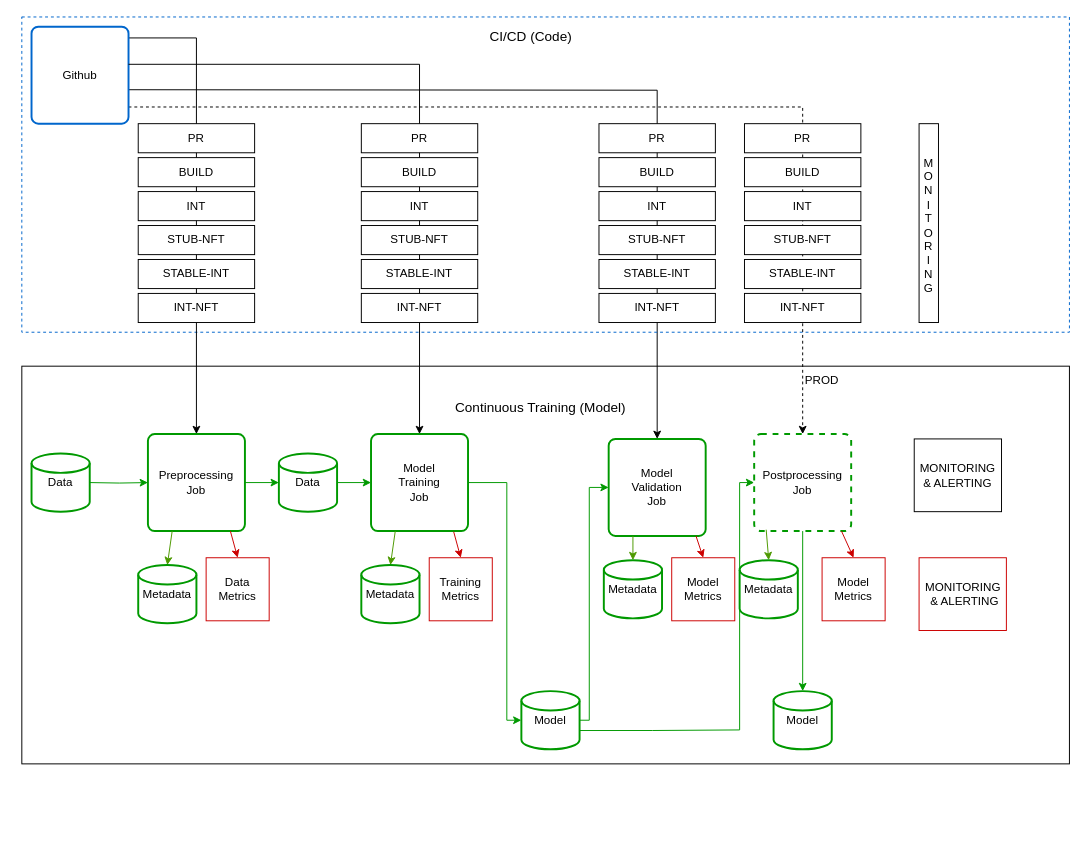
The draw.io diagram mlops-concepts-cdct.drawio in adriangay/my-drawio-diagrams, before the edit. Source tidied: cells renumbered, new cells numbered last; positions are measured from the earlier drawing's top-left corner, leaving out a move shared by most shapes. Both pictures are drawn from the tidied source at 97%, with x=0, y=0 at pixel (21, 16).
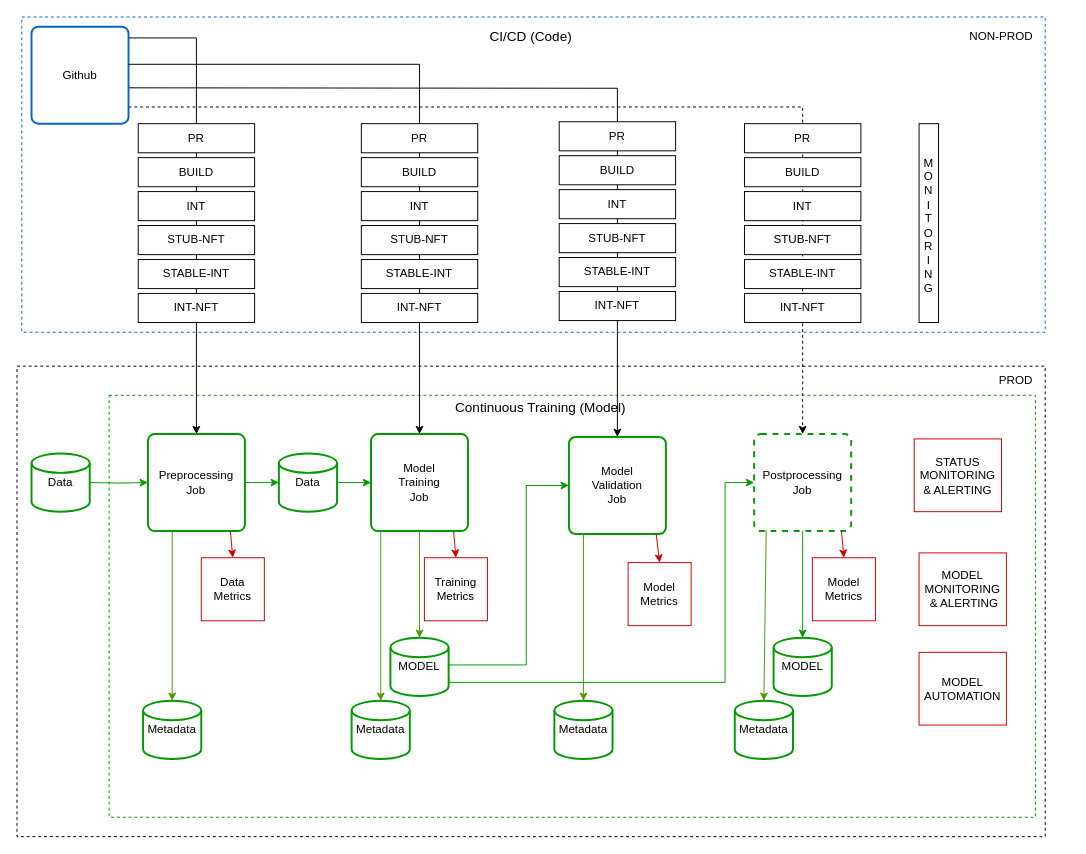
Above is the later version.

The change refers to these unchanged cells:
```xml
<mxCell id="9" value="Github" style="rounded=1;whiteSpace=wrap;html=1;absoluteArcSize=1;arcSize=14;strokeWidth=2;strokeColor=#0066CC;" parent="1" vertex="1">
  <mxGeometry x="10" y="10" width="100" height="100" as="geometry" />
</mxCell>
<mxCell id="15" value="Model&lt;br&gt;Training&lt;br&gt;Job" style="rounded=1;whiteSpace=wrap;html=1;absoluteArcSize=1;arcSize=14;strokeWidth=2;strokeColor=#009900;" parent="1" vertex="1">
  <mxGeometry x="360" y="430" width="100" height="100" as="geometry" />
</mxCell>
<mxCell id="18" value="Postprocessing&lt;br&gt;Job" style="rounded=1;whiteSpace=wrap;html=1;absoluteArcSize=1;arcSize=14;strokeWidth=2;dashed=1;strokeColor=#009900;" parent="1" vertex="1">
  <mxGeometry x="755" y="430" width="100" height="100" as="geometry" />
</mxCell>
```

What changed in the source:
```diff
@@
-    <mxCell id="2" style="rounded=0;whiteSpace=wrap;html=1;fillColor=none;" parent="1" vertex="1">
-      <mxGeometry y="360" width="1080" height="410" as="geometry" />
+    <mxCell id="2" style="rounded=0;whiteSpace=wrap;html=1;fillColor=none;dashed=1;" parent="1" vertex="1">
+      <mxGeometry x="-5" y="360" width="1060" height="485" as="geometry" />
     </mxCell>
+    <mxCell id="72" style="rounded=0;whiteSpace=wrap;html=1;fillColor=none;dashed=1;strokeColor=#009900;" parent="1" vertex="1">
+      <mxGeometry x="90" y="390" width="955" height="435" as="geometry" />
+    </mxCell>
-    <mxCell id="3" style="rounded=0;whiteSpace=wrap;html=1;strokeColor=#CC0000;" parent="1" vertex="1">
-      <mxGeometry x="925" y="557.5" width="90" height="75" as="geometry" />
+    <mxCell id="3" value="&lt;span style=&quot;white-space: normal&quot;&gt;MODEL&lt;/span&gt;&lt;br style=&quot;white-space: normal&quot;&gt;&lt;span style=&quot;white-space: normal&quot;&gt;MONITORING&lt;/span&gt;&lt;br style=&quot;white-space: normal&quot;&gt;&lt;span style=&quot;white-space: normal&quot;&gt;&amp;nbsp;&amp;amp; ALERTING&lt;/span&gt;" style="rounded=0;whiteSpace=wrap;html=1;strokeColor=#CC0000;" parent="1" vertex="1">
+      <mxGeometry x="925" y="552.5" width="90" height="75" as="geometry" />
     </mxCell>
@@
     <mxCell id="5" style="edgeStyle=orthogonalEdgeStyle;rounded=0;jettySize=auto;html=1;exitX=1;exitY=0.388;exitDx=0;exitDy=0;exitPerimeter=0;" parent="1" edge="1" target="16">
       <mxGeometry relative="1" as="geometry">
-        <mxPoint x="110" y="75" as="sourcePoint" />
+        <mxPoint x="69" y="73" as="sourcePoint" />
       </mxGeometry>
     </mxCell>
     <mxCell id="6" style="rounded=0;whiteSpace=wrap;html=1;strokeColor=#0066CC;fillColor=none;dashed=1;" parent="1" vertex="1">
-      <mxGeometry width="1080" height="325" as="geometry" />
+      <mxGeometry width="1055" height="325" as="geometry" />
     </mxCell>
@@
+    <mxCell id="14" style="edgeStyle=orthogonalEdgeStyle;rounded=0;jettySize=auto;html=1;entryX=0.5;entryY=0;entryDx=0;entryDy=0;exitX=1;exitY=0.388;exitDx=0;exitDy=0;exitPerimeter=0;" parent="1" edge="1" source="9" target="15">
+      <mxGeometry relative="1" as="geometry" />
+    </mxCell>
-    <mxCell id="13" style="edgeStyle=orthogonalEdgeStyle;rounded=0;jettySize=auto;html=1;exitX=1;exitY=0.5;exitDx=0;exitDy=0;strokeColor=#009900;entryX=0;entryY=0.5;entryDx=0;entryDy=0;entryPerimeter=0;" parent="1" edge="1" source="15" target="50">
-      <mxGeometry relative="1" as="geometry">
-        <Array as="points">
-          <mxPoint x="500" y="480" />
-          <mxPoint x="500" y="725" />
-        </Array>
-      </mxGeometry>
+    <mxCell id="13" style="edgeStyle=orthogonalEdgeStyle;rounded=0;jettySize=auto;html=1;exitX=0.5;exitY=1;exitDx=0;exitDy=0;entryX=0.5;entryY=0;entryDx=0;entryDy=0;entryPerimeter=0;startArrow=none;startFill=0;endArrow=classic;endFill=1;strokeColor=#4D9900;" parent="1" edge="1" source="15" target="50">
+      <mxGeometry relative="1" as="geometry" />
     </mxCell>
-    <mxCell id="14" style="edgeStyle=orthogonalEdgeStyle;rounded=0;jettySize=auto;html=1;entryX=0.5;entryY=0;entryDx=0;entryDy=0;exitX=1;exitY=0.388;exitDx=0;exitDy=0;exitPerimeter=0;" parent="1" edge="1" source="9" target="15">
-      <mxGeometry relative="1" as="geometry" />
-    </mxCell>
@@
     <mxCell id="16" value="Model&lt;br&gt;Validation&lt;br&gt;Job" style="rounded=1;whiteSpace=wrap;html=1;absoluteArcSize=1;arcSize=14;strokeWidth=2;strokeColor=#009900;" parent="1" vertex="1">
-      <mxGeometry x="605" y="435" width="100" height="100" as="geometry" />
+      <mxGeometry x="564" y="433" width="100" height="100" as="geometry" />
     </mxCell>
@@
     <mxCell id="27" value="PROD" style="text;html=1;strokeColor=none;fillColor=none;align=center;verticalAlign=middle;whiteSpace=wrap;rounded=0;" parent="1" vertex="1">
-      <mxGeometry x="805" y="365" width="40" height="20" as="geometry" />
+      <mxGeometry x="1005" y="365" width="40" height="20" as="geometry" />
     </mxCell>
@@
     <mxCell id="35" value="INT" style="rounded=0;whiteSpace=wrap;html=1;" parent="1" vertex="1">
-      <mxGeometry x="595" y="180" width="120" height="30" as="geometry" />
+      <mxGeometry x="554" y="178" width="120" height="30" as="geometry" />
     </mxCell>
     <mxCell id="36" value="PR" style="rounded=0;whiteSpace=wrap;html=1;" parent="1" vertex="1">
-      <mxGeometry x="595" y="110" width="120" height="30" as="geometry" />
+      <mxGeometry x="554" y="108" width="120" height="30" as="geometry" />
     </mxCell>
     <mxCell id="37" value="BUILD" style="rounded=0;whiteSpace=wrap;html=1;" parent="1" vertex="1">
-      <mxGeometry x="595" y="145" width="120" height="30" as="geometry" />
+      <mxGeometry x="554" y="143" width="120" height="30" as="geometry" />
     </mxCell>
     <mxCell id="38" value="STUB-NFT" style="rounded=0;whiteSpace=wrap;html=1;" parent="1" vertex="1">
-      <mxGeometry x="595" y="215" width="120" height="30" as="geometry" />
+      <mxGeometry x="554" y="213" width="120" height="30" as="geometry" />
     </mxCell>
     <mxCell id="39" value="STABLE-INT" style="rounded=0;whiteSpace=wrap;html=1;" parent="1" vertex="1">
-      <mxGeometry x="595" y="250" width="120" height="30" as="geometry" />
+      <mxGeometry x="554" y="248" width="120" height="30" as="geometry" />
     </mxCell>
     <mxCell id="40" value="INT-NFT" style="rounded=0;whiteSpace=wrap;html=1;" parent="1" vertex="1">
-      <mxGeometry x="595" y="285" width="120" height="30" as="geometry" />
+      <mxGeometry x="554" y="283" width="120" height="30" as="geometry" />
     </mxCell>
@@
-    <mxCell id="49" value="Model" style="strokeWidth=2;html=1;shape=mxgraph.flowchart.database;whiteSpace=wrap;strokeColor=#009900;" parent="1" vertex="1">
-      <mxGeometry x="775" y="695" width="60" height="60" as="geometry" />
+    <mxCell id="49" value="MODEL" style="strokeWidth=2;html=1;shape=mxgraph.flowchart.database;whiteSpace=wrap;strokeColor=#009900;" parent="1" vertex="1">
+      <mxGeometry x="775" y="640" width="60" height="60" as="geometry" />
     </mxCell>
-    <mxCell id="50" value="Model" style="strokeWidth=2;html=1;shape=mxgraph.flowchart.database;whiteSpace=wrap;strokeColor=#009900;" parent="1" vertex="1">
-      <mxGeometry x="515" y="695" width="60" height="60" as="geometry" />
+    <mxCell id="50" value="MODEL" style="strokeWidth=2;html=1;shape=mxgraph.flowchart.database;whiteSpace=wrap;strokeColor=#009900;" parent="1" vertex="1">
+      <mxGeometry x="380" y="640" width="60" height="60" as="geometry" />
     </mxCell>
-    <mxCell id="51" style="edgeStyle=orthogonalEdgeStyle;rounded=0;jettySize=auto;html=1;exitX=0;exitY=0.5;exitDx=0;exitDy=0;strokeColor=#009900;entryX=1;entryY=0.5;entryDx=0;entryDy=0;entryPerimeter=0;startArrow=classic;startFill=1;endArrow=none;endFill=0;" parent="1" edge="1" source="16" target="50">
+    <mxCell id="51" style="edgeStyle=orthogonalEdgeStyle;rounded=0;jettySize=auto;html=1;exitX=0;exitY=0.5;exitDx=0;exitDy=0;strokeColor=#009900;startArrow=classic;startFill=1;endArrow=none;endFill=0;" parent="1" edge="1" source="16">
       <mxGeometry relative="1" as="geometry">
+        <mxPoint x="440" y="668" as="targetPoint" />
         <Array as="points">
-          <mxPoint x="585" y="485" />
-          <mxPoint x="585" y="725" />
+          <mxPoint x="520" y="483" />
+          <mxPoint x="520" y="668" />
         </Array>
       </mxGeometry>
     </mxCell>
@@
-    <mxCell id="53" value="MONITORING&lt;br&gt;&amp;nbsp;&amp;amp; ALERTING" style="text;html=1;strokeColor=none;fillColor=none;align=center;verticalAlign=middle;whiteSpace=wrap;rounded=0;" parent="1" vertex="1">
-      <mxGeometry x="922.5" y="585" width="95" height="20" as="geometry" />
-    </mxCell>
     <mxCell id="54" style="edgeStyle=orthogonalEdgeStyle;rounded=0;jettySize=auto;html=1;exitX=1.003;exitY=0.677;exitDx=0;exitDy=0;strokeColor=#009900;entryX=0;entryY=0.5;entryDx=0;entryDy=0;exitPerimeter=0;" parent="1" edge="1" source="50" target="18">
       <mxGeometry relative="1" as="geometry">
         <Array as="points">
-          <mxPoint x="650" y="736" />
-          <mxPoint x="740" y="735" />
-          <mxPoint x="740" y="480" />
+          <mxPoint x="440" y="686" />
+          <mxPoint x="725" y="686" />
+          <mxPoint x="725" y="480" />
         </Array>
       </mxGeometry>
     </mxCell>
-    <mxCell id="55" value="MONITORING&lt;br&gt;&amp;amp; ALERTING" style="rounded=0;whiteSpace=wrap;html=1;strokeColor=#000000;" parent="1" vertex="1">
+    <mxCell id="55" value="STATUS&lt;br&gt;MONITORING&lt;br&gt;&amp;amp; ALERTING" style="rounded=0;whiteSpace=wrap;html=1;strokeColor=#CC0000;" parent="1" vertex="1">
       <mxGeometry x="920" y="435" width="90" height="75" as="geometry" />
     </mxCell>
     <mxCell id="56" value="Model&lt;br&gt;Metrics" style="whiteSpace=wrap;html=1;strokeColor=#CC0000;" parent="1" vertex="1">
-      <mxGeometry x="825" y="557.5" width="65" height="65" as="geometry" />
+      <mxGeometry x="815" y="557.5" width="65" height="65" as="geometry" />
     </mxCell>
@@
     <mxCell id="58" value="Training&lt;br&gt;Metrics" style="whiteSpace=wrap;html=1;strokeColor=#CC0000;" parent="1" vertex="1">
-      <mxGeometry x="420" y="557.5" width="65" height="65" as="geometry" />
+      <mxGeometry x="415" y="557.5" width="65" height="65" as="geometry" />
     </mxCell>
@@
     <mxCell id="60" value="Model&lt;br&gt;Metrics" style="whiteSpace=wrap;html=1;strokeColor=#CC0000;" parent="1" vertex="1">
-      <mxGeometry x="670" y="557.5" width="65" height="65" as="geometry" />
+      <mxGeometry x="625" y="562.5" width="65" height="65" as="geometry" />
     </mxCell>
@@
     <mxCell id="62" value="Data&lt;br&gt;Metrics" style="whiteSpace=wrap;html=1;strokeColor=#CC0000;" parent="1" vertex="1">
-      <mxGeometry x="190" y="557.5" width="65" height="65" as="geometry" />
+      <mxGeometry x="185" y="557.5" width="65" height="65" as="geometry" />
     </mxCell>
@@
     <mxCell id="64" value="Metadata" style="strokeWidth=2;html=1;shape=mxgraph.flowchart.database;whiteSpace=wrap;strokeColor=#009900;" parent="1" vertex="1">
-      <mxGeometry x="120" y="565" width="60" height="60" as="geometry" />
+      <mxGeometry x="125" y="705" width="60" height="60" as="geometry" />
     </mxCell>
     <mxCell id="65" value="Metadata" style="strokeWidth=2;html=1;shape=mxgraph.flowchart.database;whiteSpace=wrap;strokeColor=#009900;" parent="1" vertex="1">
-      <mxGeometry x="350" y="565" width="60" height="60" as="geometry" />
+      <mxGeometry x="340" y="705" width="60" height="60" as="geometry" />
     </mxCell>
     <mxCell id="66" value="Metadata" style="strokeWidth=2;html=1;shape=mxgraph.flowchart.database;whiteSpace=wrap;strokeColor=#009900;" parent="1" vertex="1">
-      <mxGeometry x="600" y="560" width="60" height="60" as="geometry" />
+      <mxGeometry x="549" y="705" width="60" height="60" as="geometry" />
     </mxCell>
     <mxCell id="67" value="Metadata" style="strokeWidth=2;html=1;shape=mxgraph.flowchart.database;whiteSpace=wrap;strokeColor=#009900;" parent="1" vertex="1">
-      <mxGeometry x="740" y="560" width="60" height="60" as="geometry" />
+      <mxGeometry x="735" y="705" width="60" height="60" as="geometry" />
     </mxCell>
@@
-    <mxCell id="69" style="endArrow=classic;html=1;strokeColor=#4D9900;exitX=0.25;exitY=1;exitDx=0;exitDy=0;entryX=0.5;entryY=0;entryDx=0;entryDy=0;entryPerimeter=0;" parent="1" edge="1" source="15" target="65">
-      <mxGeometry relative="1" as="geometry" />
+    <mxCell id="69" style="endArrow=classic;html=1;strokeColor=#4D9900;entryX=0.5;entryY=0;entryDx=0;entryDy=0;entryPerimeter=0;" parent="1" edge="1" target="65">
+      <mxGeometry relative="1" as="geometry">
+        <mxPoint x="370" y="530" as="sourcePoint" />
+      </mxGeometry>
     </mxCell>
-    <mxCell id="70" style="endArrow=classic;html=1;strokeColor=#4D9900;exitX=0.25;exitY=1;exitDx=0;exitDy=0;entryX=0.5;entryY=0;entryDx=0;entryDy=0;entryPerimeter=0;" parent="1" edge="1" source="16" target="66">
-      <mxGeometry relative="1" as="geometry" />
+    <mxCell id="70" style="endArrow=classic;html=1;strokeColor=#4D9900;entryX=0.5;entryY=0;entryDx=0;entryDy=0;entryPerimeter=0;" parent="1" edge="1" target="66">
+      <mxGeometry relative="1" as="geometry">
+        <mxPoint x="579" y="533" as="sourcePoint" />
+      </mxGeometry>
     </mxCell>
@@
+    <mxCell id="73" value="MODEL&lt;br&gt;AUTOMATION" style="rounded=0;whiteSpace=wrap;html=1;strokeColor=#CC0000;" parent="1" vertex="1">
+      <mxGeometry x="925" y="655" width="90" height="75" as="geometry" />
+    </mxCell>
+    <mxCell id="74" value="NON-PROD" style="text;html=1;strokeColor=none;fillColor=none;align=center;verticalAlign=middle;whiteSpace=wrap;rounded=0;" parent="1" vertex="1">
+      <mxGeometry x="975" y="10" width="70" height="20" as="geometry" />
+    </mxCell>
```
